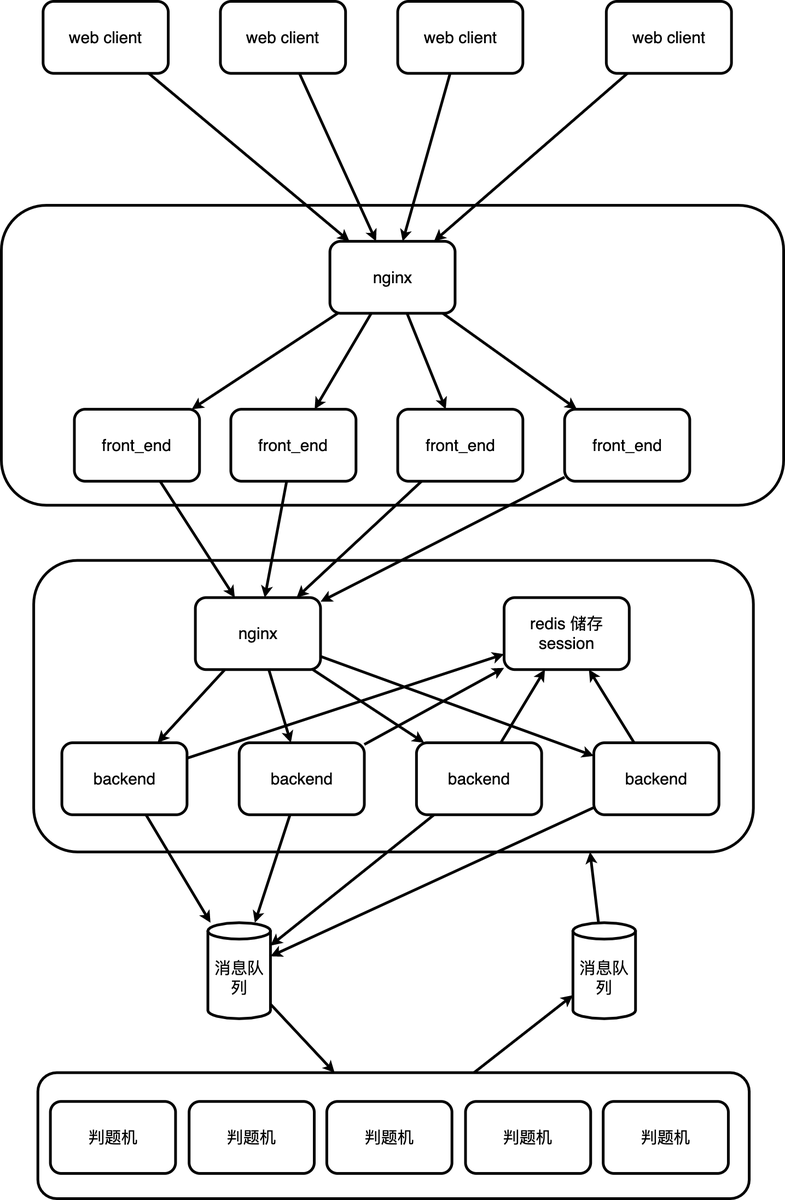
The draw.io diagram polinoj-arch.png in fightinggg/drawio-data, before a commit. Source tidied: cells renumbered, new cells last; positions are measured from the earlier drawing's top-left corner, leaving out a move shared by most shapes.
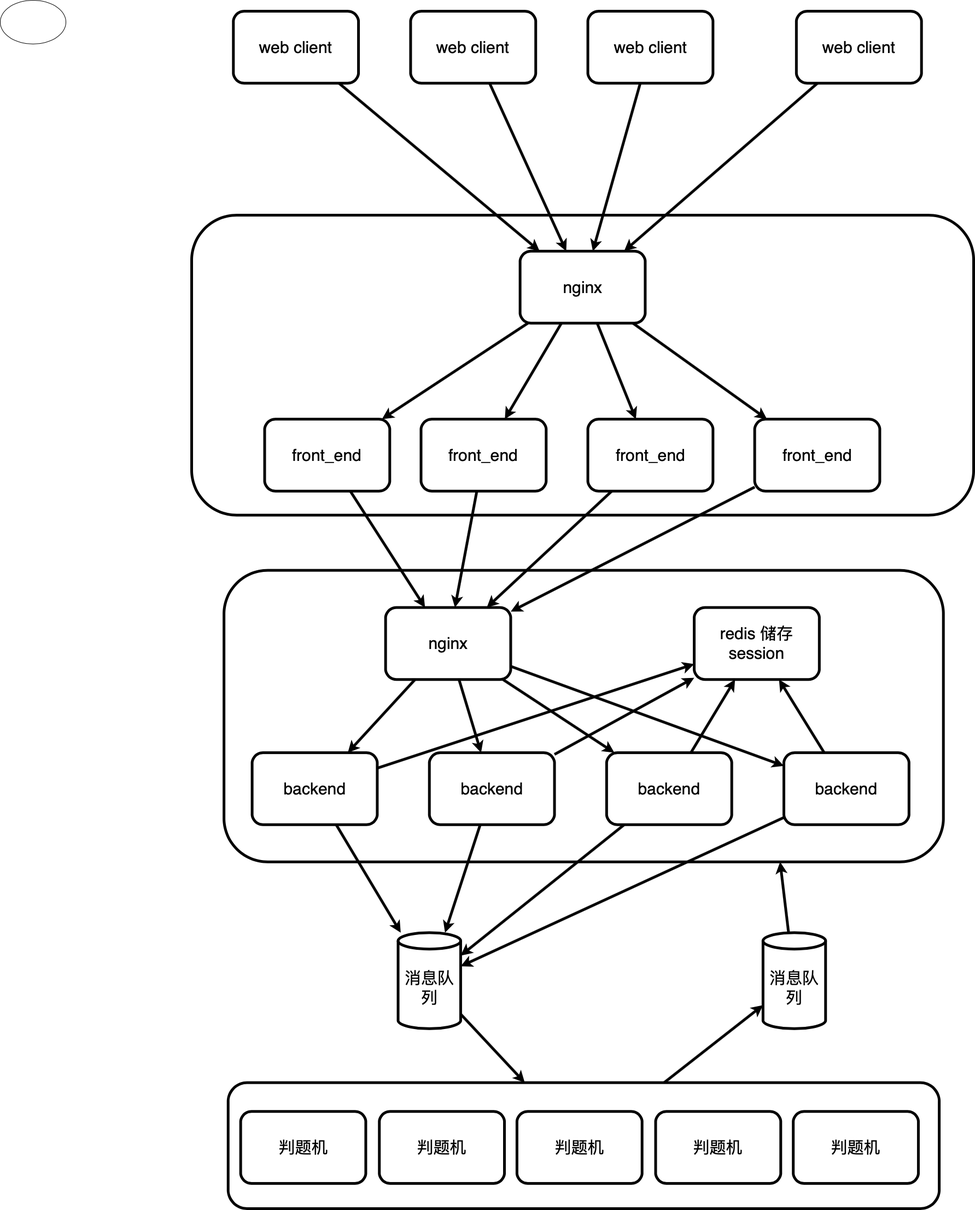
Later version of the same file.

The edit, as a diff of the source:
```diff
@@ -161,5 +161,8 @@
     <mxCell id="54" style="edgeStyle=none;rounded=0;jettySize=auto;html=1;fontSize=30;strokeWidth=5;" parent="2" edge="1" source="35" target="53">
       <mxGeometry relative="1" as="geometry" />
     </mxCell>
+    <mxCell id="55" style="ellipse;whiteSpace=wrap;html=1;" parent="1" vertex="1">
+      <mxGeometry x="-350" y="-20" width="120" height="80" as="geometry" />
+    </mxCell>
   </root>
 </mxGraphModel>
```
